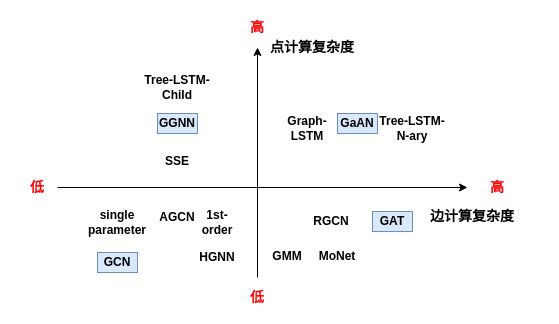
This is Technical-report/figs/illustration/GNN_complexity_quadrant.drawio from AugF/pyg-gnns, a draw.io file, before an edit. Source tidied: cells renumbered, new cells numbered last; positions are measured from the earlier drawing's top-left corner, leaving out a move shared by most shapes. Both pictures are drawn from the tidied source at 100%, with x=0, y=0 at pixel (17, 17).
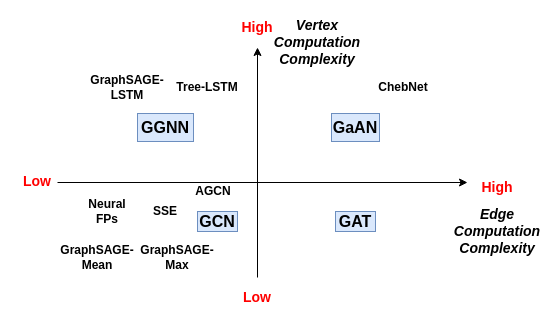
After the change.

Commit message (it also covers changes not shown here):
更新了complexity_quadrant图像和公式

The edit, as a diff of the source:
```diff
@@
-    <mxCell id="2" style="endArrow=classic;html=1;" parent="1" edge="1">
+    <mxCell id="2" style="endArrow=classic;html=1;fontFamily=Arial;" parent="1" edge="1">
       <mxGeometry relative="1" as="geometry">
-        <mxPoint x="40" y="170" as="sourcePoint" />
-        <mxPoint x="450" y="170" as="targetPoint" />
+        <mxPoint x="40" y="165" as="sourcePoint" />
+        <mxPoint x="450" y="165" as="targetPoint" />
       </mxGeometry>
     </mxCell>
-    <mxCell id="3" style="endArrow=classic;html=1;" parent="1" edge="1">
+    <mxCell id="3" style="endArrow=classic;html=1;fontFamily=Arial;" parent="1" edge="1">
       <mxGeometry relative="1" as="geometry">
         <mxPoint x="240" y="260" as="sourcePoint" />
         <mxPoint x="240" y="30" as="targetPoint" />
       </mxGeometry>
     </mxCell>
-    <mxCell id="4" value="&lt;b&gt;&lt;font style=&quot;font-size: 14px&quot;&gt;边计算复杂度&lt;/font&gt;&lt;/b&gt;" style="text;html=1;strokeColor=none;fillColor=none;align=center;verticalAlign=middle;whiteSpace=wrap;rounded=0;" parent="1" vertex="1">
-      <mxGeometry x="410" y="189" width="90" height="20" as="geometry" />
+    <mxCell id="4" value="&lt;b&gt;&lt;font style=&quot;font-size: 14px&quot;&gt;Edge Computation&lt;br&gt;Complexity&lt;br&gt;&lt;/font&gt;&lt;/b&gt;" style="text;html=1;strokeColor=none;fillColor=none;align=center;verticalAlign=middle;whiteSpace=wrap;rounded=0;fontFamily=Arial;fontStyle=2;" parent="1" vertex="1">
+      <mxGeometry x="435" y="204" width="90" height="20" as="geometry" />
     </mxCell>
-    <mxCell id="5" value="&lt;b&gt;&lt;font color=&quot;#ff0000&quot; style=&quot;font-size: 14px&quot;&gt;高&lt;/font&gt;&lt;/b&gt;" style="text;html=1;strokeColor=none;fillColor=none;align=center;verticalAlign=middle;whiteSpace=wrap;rounded=0;" parent="1" vertex="1">
+    <mxCell id="5" value="&lt;b&gt;&lt;font color=&quot;#ff0000&quot; style=&quot;font-size: 14px&quot;&gt;High&lt;/font&gt;&lt;/b&gt;" style="text;html=1;strokeColor=none;fillColor=none;align=center;verticalAlign=middle;whiteSpace=wrap;rounded=0;fontFamily=Arial;" parent="1" vertex="1">
       <mxGeometry x="220" width="40" height="20" as="geometry" />
     </mxCell>
-    <mxCell id="6" value="&lt;b&gt;&lt;font color=&quot;#ff0000&quot; style=&quot;font-size: 14px&quot;&gt;低&lt;/font&gt;&lt;/b&gt;" style="text;html=1;strokeColor=none;fillColor=none;align=center;verticalAlign=middle;whiteSpace=wrap;rounded=0;" parent="1" vertex="1">
+    <mxCell id="6" value="&lt;b&gt;&lt;font color=&quot;#ff0000&quot; style=&quot;font-size: 14px&quot;&gt;Low&lt;/font&gt;&lt;/b&gt;" style="text;html=1;strokeColor=none;fillColor=none;align=center;verticalAlign=middle;whiteSpace=wrap;rounded=0;fontFamily=Arial;" parent="1" vertex="1">
       <mxGeometry x="225" y="270" width="30" height="20" as="geometry" />
     </mxCell>
-    <mxCell id="7" value="&lt;b&gt;&lt;font color=&quot;#ff0000&quot; style=&quot;font-size: 14px&quot;&gt;高&lt;/font&gt;&lt;/b&gt;" style="text;html=1;strokeColor=none;fillColor=none;align=center;verticalAlign=middle;whiteSpace=wrap;rounded=0;" parent="1" vertex="1">
+    <mxCell id="7" value="&lt;b&gt;&lt;font color=&quot;#ff0000&quot; style=&quot;font-size: 14px&quot;&gt;High&lt;/font&gt;&lt;/b&gt;" style="text;html=1;strokeColor=none;fillColor=none;align=center;verticalAlign=middle;whiteSpace=wrap;rounded=0;fontFamily=Arial;" parent="1" vertex="1">
       <mxGeometry x="460" y="160" width="40" height="20" as="geometry" />
     </mxCell>
-    <mxCell id="8" value="&lt;font color=&quot;#ff0000&quot;&gt;&lt;span style=&quot;font-size: 14px&quot;&gt;&lt;b&gt;低&lt;/b&gt;&lt;/span&gt;&lt;/font&gt;" style="text;html=1;strokeColor=none;fillColor=none;align=center;verticalAlign=middle;whiteSpace=wrap;rounded=0;" parent="1" vertex="1">
-      <mxGeometry y="160" width="40" height="20" as="geometry" />
+    <mxCell id="8" value="&lt;font color=&quot;#ff0000&quot;&gt;&lt;span style=&quot;font-size: 14px&quot;&gt;&lt;b&gt;Low&lt;/b&gt;&lt;/span&gt;&lt;/font&gt;" style="text;html=1;strokeColor=none;fillColor=none;align=center;verticalAlign=middle;whiteSpace=wrap;rounded=0;fontFamily=Arial;" parent="1" vertex="1">
+      <mxGeometry y="154" width="40" height="20" as="geometry" />
     </mxCell>
-    <mxCell id="9" value="&lt;b&gt;GCN&lt;/b&gt;" style="text;html=1;strokeColor=#6c8ebf;fillColor=#dae8fc;align=center;verticalAlign=middle;whiteSpace=wrap;rounded=0;" parent="1" vertex="1">
-      <mxGeometry x="80" y="235" width="40" height="20" as="geometry" />
+    <mxCell id="9" value="&lt;b style=&quot;font-size: 16px;&quot;&gt;GCN&lt;/b&gt;" style="text;html=1;strokeColor=#6c8ebf;fillColor=#dae8fc;align=center;verticalAlign=middle;whiteSpace=wrap;rounded=0;fontFamily=Arial;fontSize=16;" parent="1" vertex="1">
+      <mxGeometry x="180" y="194" width="40" height="20" as="geometry" />
     </mxCell>
-    <mxCell id="10" value="&lt;b&gt;single parameter&lt;/b&gt;" style="text;html=1;strokeColor=none;fillColor=none;align=center;verticalAlign=middle;whiteSpace=wrap;rounded=0;" parent="1" vertex="1">
-      <mxGeometry x="80" y="195" width="40" height="20" as="geometry" />
-    </mxCell>
-    <mxCell id="11" value="&lt;b&gt;1st-order&lt;/b&gt;" style="text;html=1;strokeColor=none;fillColor=none;align=center;verticalAlign=middle;whiteSpace=wrap;rounded=0;" parent="1" vertex="1">
-      <mxGeometry x="180" y="195" width="40" height="20" as="geometry" />
-    </mxCell>
-    <mxCell id="12" value="&lt;b&gt;HGNN&lt;/b&gt;" style="text;html=1;strokeColor=none;fillColor=none;align=center;verticalAlign=middle;whiteSpace=wrap;rounded=0;" parent="1" vertex="1">
-      <mxGeometry x="180" y="230" width="40" height="20" as="geometry" />
-    </mxCell>
-    <mxCell id="13" value="&lt;b&gt;GaAN&lt;/b&gt;" style="text;html=1;strokeColor=#6c8ebf;fillColor=#dae8fc;align=center;verticalAlign=middle;whiteSpace=wrap;rounded=0;" parent="1" vertex="1">
-      <mxGeometry x="320" y="96" width="40" height="20" as="geometry" />
+    <mxCell id="13" value="&lt;b style=&quot;font-size: 16px;&quot;&gt;GaAN&lt;/b&gt;" style="text;html=1;strokeColor=#6c8ebf;fillColor=#dae8fc;align=center;verticalAlign=middle;whiteSpace=wrap;rounded=0;fontFamily=Arial;fontSize=16;" parent="1" vertex="1">
+      <mxGeometry x="314" y="96" width="48" height="28" as="geometry" />
     </mxCell>
-    <mxCell id="14" value="&lt;b&gt;Tree-LSTM-N-ary&lt;/b&gt;" style="text;html=1;strokeColor=none;fillColor=none;align=center;verticalAlign=middle;whiteSpace=wrap;rounded=0;" parent="1" vertex="1">
-      <mxGeometry x="360" y="96" width="70" height="30" as="geometry" />
-    </mxCell>
-    <mxCell id="15" value="&lt;b&gt;Graph-LSTM&lt;/b&gt;" style="text;html=1;strokeColor=none;fillColor=none;align=center;verticalAlign=middle;whiteSpace=wrap;rounded=0;" parent="1" vertex="1">
-      <mxGeometry x="270" y="101" width="40" height="20" as="geometry" />
+    <mxCell id="15" value="&lt;b&gt;ChebNet&lt;/b&gt;" style="text;html=1;strokeColor=none;fillColor=none;align=center;verticalAlign=middle;whiteSpace=wrap;rounded=0;fontFamily=Arial;" parent="1" vertex="1">
+      <mxGeometry x="358" y="60" width="56" height="20" as="geometry" />
     </mxCell>
-    <mxCell id="16" value="&lt;b&gt;GGNN&lt;/b&gt;" style="text;html=1;strokeColor=#6c8ebf;fillColor=#dae8fc;align=center;verticalAlign=middle;whiteSpace=wrap;rounded=0;" parent="1" vertex="1">
-      <mxGeometry x="140" y="96" width="40" height="20" as="geometry" />
+    <mxCell id="16" value="&lt;b style=&quot;font-size: 16px;&quot;&gt;GGNN&lt;/b&gt;" style="text;html=1;strokeColor=#6c8ebf;fillColor=#dae8fc;align=center;verticalAlign=middle;whiteSpace=wrap;rounded=0;fontFamily=Arial;fontSize=16;" parent="1" vertex="1">
+      <mxGeometry x="120" y="96" width="56" height="28" as="geometry" />
     </mxCell>
-    <mxCell id="17" value="&lt;b&gt;SSE&lt;/b&gt;" style="text;html=1;strokeColor=none;fillColor=none;align=center;verticalAlign=middle;whiteSpace=wrap;rounded=0;" parent="1" vertex="1">
-      <mxGeometry x="140" y="134" width="40" height="20" as="geometry" />
+    <mxCell id="17" value="&lt;b&gt;SSE&lt;/b&gt;" style="text;html=1;strokeColor=none;fillColor=none;align=center;verticalAlign=middle;whiteSpace=wrap;rounded=0;fontFamily=Arial;" parent="1" vertex="1">
+      <mxGeometry x="128" y="184" width="40" height="20" as="geometry" />
     </mxCell>
-    <mxCell id="18" value="&lt;b&gt;Tree-LSTM-Child&lt;/b&gt;" style="text;html=1;strokeColor=none;fillColor=none;align=center;verticalAlign=middle;whiteSpace=wrap;rounded=0;" parent="1" vertex="1">
-      <mxGeometry x="120" y="60" width="80" height="20" as="geometry" />
+    <mxCell id="18" value="&lt;b&gt;Tree-LSTM&lt;/b&gt;" style="text;html=1;strokeColor=none;fillColor=none;align=center;verticalAlign=middle;whiteSpace=wrap;rounded=0;fontFamily=Arial;" parent="1" vertex="1">
+      <mxGeometry x="150" y="60" width="80" height="20" as="geometry" />
     </mxCell>
-    <mxCell id="19" value="&lt;b&gt;GAT&lt;/b&gt;" style="text;html=1;strokeColor=#6c8ebf;fillColor=#dae8fc;align=center;verticalAlign=middle;whiteSpace=wrap;rounded=0;" parent="1" vertex="1">
-      <mxGeometry x="355" y="194" width="40" height="20" as="geometry" />
+    <mxCell id="19" value="&lt;b style=&quot;font-size: 16px;&quot;&gt;GAT&lt;/b&gt;" style="text;html=1;strokeColor=#6c8ebf;fillColor=#dae8fc;align=center;verticalAlign=middle;whiteSpace=wrap;rounded=0;fontFamily=Arial;fontSize=16;" parent="1" vertex="1">
+      <mxGeometry x="318" y="194" width="40" height="20" as="geometry" />
     </mxCell>
-    <mxCell id="20" value="&lt;b&gt;MoNet&lt;/b&gt;" style="text;html=1;strokeColor=none;fillColor=none;align=center;verticalAlign=middle;whiteSpace=wrap;rounded=0;" parent="1" vertex="1">
-      <mxGeometry x="300" y="224" width="40" height="30" as="geometry" />
-    </mxCell>
-    <mxCell id="21" value="&lt;b&gt;RGCN&lt;/b&gt;" style="text;html=1;strokeColor=none;fillColor=none;align=center;verticalAlign=middle;whiteSpace=wrap;rounded=0;" parent="1" vertex="1">
-      <mxGeometry x="294" y="189" width="40" height="30" as="geometry" />
-    </mxCell>
-    <mxCell id="22" value="&lt;b&gt;GMM&lt;/b&gt;" style="text;html=1;strokeColor=none;fillColor=none;align=center;verticalAlign=middle;whiteSpace=wrap;rounded=0;" parent="1" vertex="1">
-      <mxGeometry x="250" y="224" width="40" height="30" as="geometry" />
-    </mxCell>
+    <mxCell id="24" value="&lt;span style=&quot;font-size: 14px&quot;&gt;&lt;b&gt;Vertex&lt;br&gt;Computation&lt;br&gt;Complexity&lt;br&gt;&lt;/b&gt;&lt;/span&gt;" style="text;html=1;strokeColor=none;fillColor=none;align=center;verticalAlign=middle;whiteSpace=wrap;rounded=0;fontFamily=Arial;fontStyle=2;" parent="1" vertex="1">
+      <mxGeometry x="255" y="15" width="90" height="20" as="geometry" />
+    </mxCell>
+    <mxCell id="25" value="&lt;b&gt;GraphSAGE-LSTM&lt;/b&gt;" style="text;html=1;strokeColor=none;fillColor=none;align=center;verticalAlign=middle;whiteSpace=wrap;rounded=0;fontFamily=Arial;" parent="1" vertex="1">
+      <mxGeometry x="70" y="60" width="80" height="20" as="geometry" />
+    </mxCell>
+    <mxCell id="26" value="&lt;b&gt;GraphSAGE-Mean&lt;/b&gt;" style="text;html=1;strokeColor=none;fillColor=none;align=center;verticalAlign=middle;whiteSpace=wrap;rounded=0;fontFamily=Arial;" parent="1" vertex="1">
+      <mxGeometry x="40" y="230" width="80" height="20" as="geometry" />
+    </mxCell>
+    <mxCell id="27" value="&lt;b&gt;GraphSAGE-Max&lt;/b&gt;" style="text;html=1;strokeColor=none;fillColor=none;align=center;verticalAlign=middle;whiteSpace=wrap;rounded=0;fontFamily=Arial;" parent="1" vertex="1">
+      <mxGeometry x="120" y="230" width="80" height="20" as="geometry" />
+    </mxCell>
+    <mxCell id="28" value="&lt;b&gt;Neural FPs&lt;/b&gt;" style="text;html=1;strokeColor=none;fillColor=none;align=center;verticalAlign=middle;whiteSpace=wrap;rounded=0;fontFamily=Arial;" parent="1" vertex="1">
+      <mxGeometry x="70" y="184" width="40" height="20" as="geometry" />
+    </mxCell>
-    <mxCell id="23" value="&lt;b&gt;AGCN&lt;/b&gt;" style="text;html=1;strokeColor=none;fillColor=none;align=center;verticalAlign=middle;whiteSpace=wrap;rounded=0;" parent="1" vertex="1">
-      <mxGeometry x="140" y="190" width="40" height="20" as="geometry" />
+    <mxCell id="23" value="&lt;b&gt;AGCN&lt;/b&gt;" style="text;html=1;strokeColor=none;fillColor=none;align=center;verticalAlign=middle;whiteSpace=wrap;rounded=0;fontFamily=Arial;" parent="1" vertex="1">
+      <mxGeometry x="176" y="164" width="40" height="20" as="geometry" />
     </mxCell>
-    <mxCell id="24" value="&lt;b&gt;&lt;font style=&quot;font-size: 14px&quot;&gt;点计算复杂度&lt;/font&gt;&lt;/b&gt;" style="text;html=1;strokeColor=none;fillColor=none;align=center;verticalAlign=middle;whiteSpace=wrap;rounded=0;" parent="1" vertex="1">
-      <mxGeometry x="250" y="20" width="90" height="20" as="geometry" />
-    </mxCell>
```
